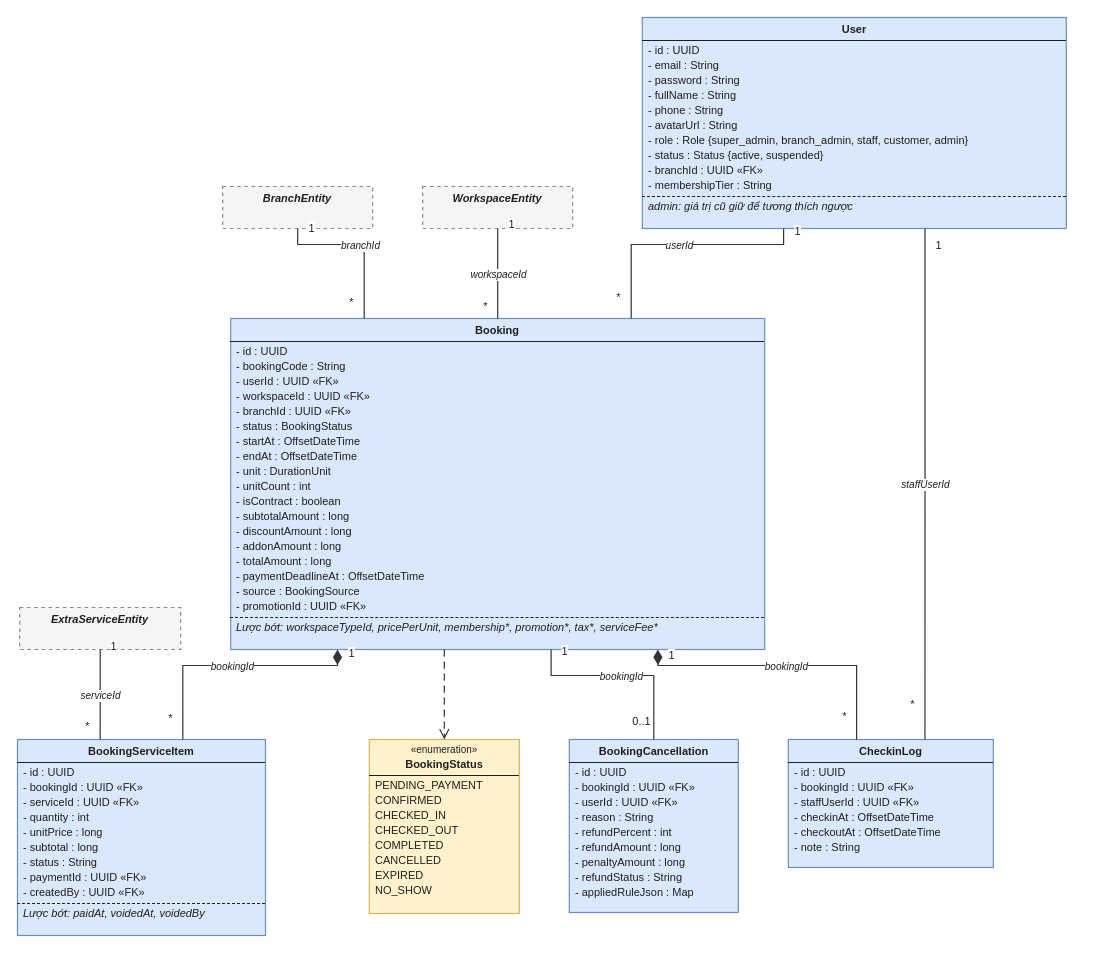
cospace-team/DATN_CoSpace keeps this draw.io diagram as page "Miền dữ liệu: đặt chỗ, check-in và hủy" (3 of 11) of report/Images/Chuong6/cospace-class.drawio. Above is the earlier version. Source tidied: cells renumbered, new cells numbered last; positions are measured from the earlier drawing's top-left corner, leaving out a move shared by most shapes. Both pictures are drawn from the tidied source at 100%, with x=0, y=0 at pixel (17, 17).
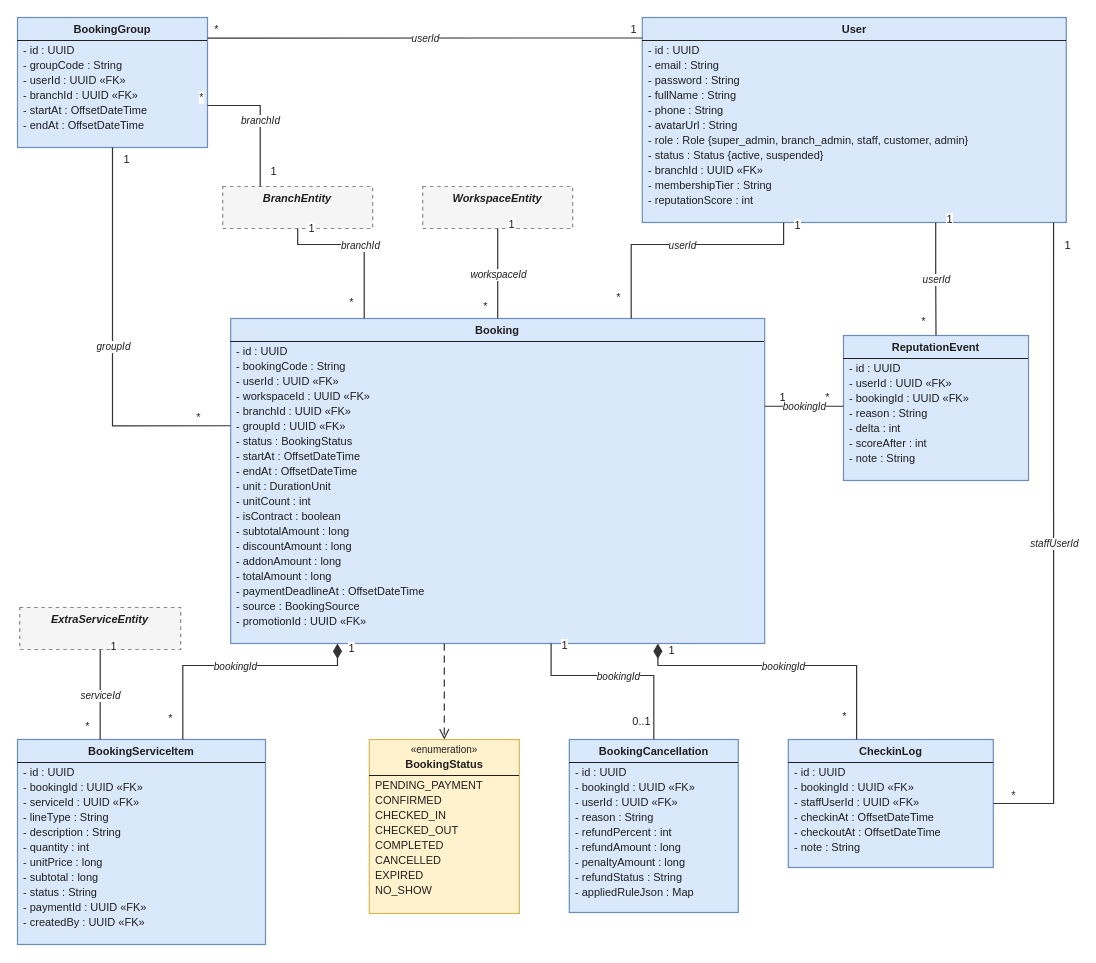
The same diagram, later.

The change refers to these unchanged cells:
```xml
<mxCell id="4" value="&lt;div style=&quot;text-align:center;line-height:16px;margin-top:4px;&quot;&gt;&lt;i&gt;&lt;b&gt;BranchEntity&lt;/b&gt;&lt;/i&gt;&lt;/div&gt;" style="html=1;whiteSpace=wrap;overflow=fill;verticalAlign=top;align=left;fontSize=11;fontColor=#1f1f1f;fillColor=#f5f5f5;strokeColor=#8a8a8a;strokeWidth=1.2;dashed=1;" parent="1" vertex="1">
  <mxGeometry x="205.2" y="169" width="150" height="42" as="geometry" />
</mxCell>
<mxCell id="8" value="&lt;div style=&quot;text-align:center;line-height:16px;margin-top:4px;&quot;&gt;&lt;b&gt;CheckinLog&lt;/b&gt;&lt;/div&gt;&lt;hr size=&quot;1&quot; style=&quot;border-style:solid;margin:3px 0 2px 0;&quot;/&gt;&lt;div style=&quot;text-align:left;line-height:15px;margin-left:6px;&quot;&gt;- id : UUID&lt;br&gt;- bookingId : UUID «FK»&lt;br&gt;- staffUserId : UUID «FK»&lt;br&gt;- checkinAt : OffsetDateTime&lt;br&gt;- checkoutAt : OffsetDateTime&lt;br&gt;- note : String&lt;/div&gt;" style="html=1;whiteSpace=wrap;overflow=fill;verticalAlign=top;align=left;fontSize=11;fontColor=#1f1f1f;fillColor=#dae8fc;strokeColor=#6c8ebf;strokeWidth=1.2;" parent="1" vertex="1">
  <mxGeometry x="770.8" y="722" width="205" height="128" as="geometry" />
</mxCell>
<mxCell id="18" style="rounded=0;html=1;strokeColor=#333333;strokeWidth=1.2;jettySize=auto;endArrow=none;startArrow=none;exitX=0.6;exitY=1;entryX=0.5;entryY=0;edgeStyle=orthogonalEdgeStyle;" parent="1" edge="1" source="6" target="9">
  <mxGeometry relative="1" as="geometry">
    <Array as="points">
      <mxPoint x="533.6" y="658" />
      <mxPoint x="636.3" y="658" />
    </Array>
  </mxGeometry>
</mxCell>
```

Diff of the diagram source:
```diff
@@
-    <mxCell id="2" value="&lt;div style=&quot;text-align:center;line-height:16px;margin-top:4px;&quot;&gt;&lt;b&gt;User&lt;/b&gt;&lt;/div&gt;&lt;hr size=&quot;1&quot; style=&quot;border-style:solid;margin:3px 0 2px 0;&quot;/&gt;&lt;div style=&quot;text-align:left;line-height:15px;margin-left:6px;&quot;&gt;- id : UUID&lt;br&gt;- email : String&lt;br&gt;- password : String&lt;br&gt;- fullName : String&lt;br&gt;- phone : String&lt;br&gt;- avatarUrl : String&lt;br&gt;- role : Role {super_admin, branch_admin, staff, customer, admin}&lt;br&gt;- status : Status {active, suspended}&lt;br&gt;- branchId : UUID «FK»&lt;br&gt;- membershipTier : String&lt;/div&gt;&lt;hr size=&quot;1&quot; style=&quot;border-style:dashed;margin:3px 0 2px 0;&quot;/&gt;&lt;div style=&quot;text-align:left;line-height:15px;margin-left:6px;font-style:italic;&quot;&gt;admin: giá trị cũ giữ để tương thích ngược&lt;/div&gt;" style="html=1;whiteSpace=wrap;overflow=fill;verticalAlign=top;align=left;fontSize=11;fontColor=#1f1f1f;fillColor=#dae8fc;strokeColor=#6c8ebf;strokeWidth=1.2;" parent="1" vertex="1">
-      <mxGeometry x="624.8" width="424" height="211" as="geometry" />
+    <mxCell id="2" value="&lt;div style=&quot;text-align:center;line-height:16px;margin-top:4px;&quot;&gt;&lt;b&gt;User&lt;/b&gt;&lt;/div&gt;&lt;hr size=&quot;1&quot; style=&quot;border-style:solid;margin:3px 0 2px 0;&quot;/&gt;&lt;div style=&quot;text-align:left;line-height:15px;margin-left:6px;&quot;&gt;- id : UUID&lt;br&gt;- email : String&lt;br&gt;- password : String&lt;br&gt;- fullName : String&lt;br&gt;- phone : String&lt;br&gt;- avatarUrl : String&lt;br&gt;- role : Role {super_admin, branch_admin, staff, customer, admin}&lt;br&gt;- status : Status {active, suspended}&lt;br&gt;- branchId : UUID «FK»&lt;br&gt;- membershipTier : String&lt;br&gt;- reputationScore : int&lt;/div&gt;" style="html=1;whiteSpace=wrap;overflow=fill;verticalAlign=top;align=left;fontSize=11;fontColor=#1f1f1f;fillColor=#dae8fc;strokeColor=#6c8ebf;strokeWidth=1.2;" parent="1" vertex="1">
+      <mxGeometry x="624.8" width="424" height="205" as="geometry" />
     </mxCell>
@@
-    <mxCell id="6" value="&lt;div style=&quot;text-align:center;line-height:16px;margin-top:4px;&quot;&gt;&lt;b&gt;Booking&lt;/b&gt;&lt;/div&gt;&lt;hr size=&quot;1&quot; style=&quot;border-style:solid;margin:3px 0 2px 0;&quot;/&gt;&lt;div style=&quot;text-align:left;line-height:15px;margin-left:6px;&quot;&gt;- id : UUID&lt;br&gt;- bookingCode : String&lt;br&gt;- userId : UUID «FK»&lt;br&gt;- workspaceId : UUID «FK»&lt;br&gt;- branchId : UUID «FK»&lt;br&gt;- status : BookingStatus&lt;br&gt;- startAt : OffsetDateTime&lt;br&gt;- endAt : OffsetDateTime&lt;br&gt;- unit : DurationUnit&lt;br&gt;- unitCount : int&lt;br&gt;- isContract : boolean&lt;br&gt;- subtotalAmount : long&lt;br&gt;- discountAmount : long&lt;br&gt;- addonAmount : long&lt;br&gt;- totalAmount : long&lt;br&gt;- paymentDeadlineAt : OffsetDateTime&lt;br&gt;- source : BookingSource&lt;br&gt;- promotionId : UUID «FK»&lt;/div&gt;&lt;hr size=&quot;1&quot; style=&quot;border-style:dashed;margin:3px 0 2px 0;&quot;/&gt;&lt;div style=&quot;text-align:left;line-height:15px;margin-left:6px;font-style:italic;&quot;&gt;Lược bớt: workspaceTypeId, pricePerUnit, membership*, promotion*, tax*, serviceFee*&lt;/div&gt;" style="html=1;whiteSpace=wrap;overflow=fill;verticalAlign=top;align=left;fontSize=11;fontColor=#1f1f1f;fillColor=#dae8fc;strokeColor=#6c8ebf;strokeWidth=1.2;" parent="1" vertex="1">
-      <mxGeometry x="213.2" y="301" width="534" height="331" as="geometry" />
+    <mxCell id="6" value="&lt;div style=&quot;text-align:center;line-height:16px;margin-top:4px;&quot;&gt;&lt;b&gt;Booking&lt;/b&gt;&lt;/div&gt;&lt;hr size=&quot;1&quot; style=&quot;border-style:solid;margin:3px 0 2px 0;&quot;/&gt;&lt;div style=&quot;text-align:left;line-height:15px;margin-left:6px;&quot;&gt;- id : UUID&lt;br&gt;- bookingCode : String&lt;br&gt;- userId : UUID «FK»&lt;br&gt;- workspaceId : UUID «FK»&lt;br&gt;- branchId : UUID «FK»&lt;br&gt;- groupId : UUID «FK»&lt;br&gt;- status : BookingStatus&lt;br&gt;- startAt : OffsetDateTime&lt;br&gt;- endAt : OffsetDateTime&lt;br&gt;- unit : DurationUnit&lt;br&gt;- unitCount : int&lt;br&gt;- isContract : boolean&lt;br&gt;- subtotalAmount : long&lt;br&gt;- discountAmount : long&lt;br&gt;- addonAmount : long&lt;br&gt;- totalAmount : long&lt;br&gt;- paymentDeadlineAt : OffsetDateTime&lt;br&gt;- source : BookingSource&lt;br&gt;- promotionId : UUID «FK»&lt;/div&gt;" style="html=1;whiteSpace=wrap;overflow=fill;verticalAlign=top;align=left;fontSize=11;fontColor=#1f1f1f;fillColor=#dae8fc;strokeColor=#6c8ebf;strokeWidth=1.2;" parent="1" vertex="1">
+      <mxGeometry x="213.2" y="301" width="534" height="325" as="geometry" />
     </mxCell>
-    <mxCell id="7" value="&lt;div style=&quot;text-align:center;line-height:16px;margin-top:4px;&quot;&gt;&lt;b&gt;BookingServiceItem&lt;/b&gt;&lt;/div&gt;&lt;hr size=&quot;1&quot; style=&quot;border-style:solid;margin:3px 0 2px 0;&quot;/&gt;&lt;div style=&quot;text-align:left;line-height:15px;margin-left:6px;&quot;&gt;- id : UUID&lt;br&gt;- bookingId : UUID «FK»&lt;br&gt;- serviceId : UUID «FK»&lt;br&gt;- quantity : int&lt;br&gt;- unitPrice : long&lt;br&gt;- subtotal : long&lt;br&gt;- status : String&lt;br&gt;- paymentId : UUID «FK»&lt;br&gt;- createdBy : UUID «FK»&lt;/div&gt;&lt;hr size=&quot;1&quot; style=&quot;border-style:dashed;margin:3px 0 2px 0;&quot;/&gt;&lt;div style=&quot;text-align:left;line-height:15px;margin-left:6px;font-style:italic;&quot;&gt;Lược bớt: paidAt, voidedAt, voidedBy&lt;/div&gt;" style="html=1;whiteSpace=wrap;overflow=fill;verticalAlign=top;align=left;fontSize=11;fontColor=#1f1f1f;fillColor=#dae8fc;strokeColor=#6c8ebf;strokeWidth=1.2;" parent="1" vertex="1">
-      <mxGeometry y="722" width="248" height="196" as="geometry" />
+    <mxCell id="7" value="&lt;div style=&quot;text-align:center;line-height:16px;margin-top:4px;&quot;&gt;&lt;b&gt;BookingServiceItem&lt;/b&gt;&lt;/div&gt;&lt;hr size=&quot;1&quot; style=&quot;border-style:solid;margin:3px 0 2px 0;&quot;/&gt;&lt;div style=&quot;text-align:left;line-height:15px;margin-left:6px;&quot;&gt;- id : UUID&lt;br&gt;- bookingId : UUID «FK»&lt;br&gt;- serviceId : UUID «FK»&lt;br&gt;- lineType : String&lt;br&gt;- description : String&lt;br&gt;- quantity : int&lt;br&gt;- unitPrice : long&lt;br&gt;- subtotal : long&lt;br&gt;- status : String&lt;br&gt;- paymentId : UUID «FK»&lt;br&gt;- createdBy : UUID «FK»&lt;/div&gt;" style="html=1;whiteSpace=wrap;overflow=fill;verticalAlign=top;align=left;fontSize=11;fontColor=#1f1f1f;fillColor=#dae8fc;strokeColor=#6c8ebf;strokeWidth=1.2;" parent="1" vertex="1">
+      <mxGeometry y="722" width="248" height="205" as="geometry" />
     </mxCell>
@@
-    <mxCell id="17" style="rounded=0;html=1;strokeColor=#333333;strokeWidth=1.2;jettySize=auto;endArrow=none;startArrow=none;exitX=0.6667;exitY=1;entryX=0.6666;entryY=0;edgeStyle=orthogonalEdgeStyle;" parent="1" edge="1" source="2" target="8">
-      <mxGeometry relative="1" as="geometry">
-        <Array as="points">
-          <mxPoint x="907.4" y="466.5" />
-        </Array>
-      </mxGeometry>
-    </mxCell>
@@
+    <mxCell id="41" value="1" style="edgeLabel;html=1;align=center;verticalAlign=middle;fontSize=11;labelBackgroundColor=#ffffff;fontColor=#1f1f1f;" parent="18" vertex="1">
+      <mxGeometry x="-0.9" relative="1" as="geometry">
+        <mxPoint x="13" y="-9" as="offset" />
+      </mxGeometry>
+    </mxCell>
+    <mxCell id="42" value="0..1" style="edgeLabel;html=1;align=center;verticalAlign=middle;fontSize=11;labelBackgroundColor=#ffffff;fontColor=#1f1f1f;" parent="18" vertex="1">
+      <mxGeometry x="0.9" relative="1" as="geometry">
+        <mxPoint x="-13" y="-9" as="offset" />
+      </mxGeometry>
+    </mxCell>
+    <mxCell id="43" value="bookingId" style="edgeLabel;html=1;align=center;verticalAlign=middle;fontSize=11;labelBackgroundColor=#ffffff;fontColor=#1f1f1f;fontStyle=2;fontSize=10;" parent="18" vertex="1">
+      <mxGeometry relative="1" as="geometry" />
+    </mxCell>
+    <mxCell id="44" value="&lt;div style=&quot;text-align:center;line-height:16px;margin-top:4px;&quot;&gt;&lt;b&gt;BookingGroup&lt;/b&gt;&lt;/div&gt;&lt;hr size=&quot;1&quot; style=&quot;border-style:solid;margin:3px 0 2px 0;&quot;/&gt;&lt;div style=&quot;text-align:left;line-height:15px;margin-left:6px;&quot;&gt;- id : UUID&lt;br&gt;- groupCode : String&lt;br&gt;- userId : UUID «FK»&lt;br&gt;- branchId : UUID «FK»&lt;br&gt;- startAt : OffsetDateTime&lt;br&gt;- endAt : OffsetDateTime&lt;/div&gt;" style="html=1;whiteSpace=wrap;overflow=fill;verticalAlign=top;align=left;fontSize=11;fontColor=#1f1f1f;fillColor=#dae8fc;strokeColor=#6c8ebf;strokeWidth=1.2;" parent="1" vertex="1">
+      <mxGeometry width="190" height="130" as="geometry" />
+    </mxCell>
+    <mxCell id="45" style="rounded=0;html=1;strokeColor=#333333;strokeWidth=1.2;jettySize=auto;edgeStyle=orthogonalEdgeStyle;endArrow=none;startArrow=none;exitX=0.5;exitY=1;exitDx=0;exitDy=0;entryX=0;entryY=0.33;entryDx=0;entryDy=0;" parent="1" edge="1" source="44" target="6">
+      <mxGeometry relative="1" as="geometry">
+        <Array as="points">
+          <mxPoint x="95" y="408" />
+        </Array>
+      </mxGeometry>
+    </mxCell>
+    <mxCell id="46" value="1" style="edgeLabel;html=1;align=center;verticalAlign=middle;fontSize=11;labelBackgroundColor=#ffffff;fontColor=#1f1f1f;" parent="45" vertex="1">
+      <mxGeometry x="-0.9" relative="1" as="geometry">
+        <mxPoint x="13" y="-9" as="offset" />
+      </mxGeometry>
+    </mxCell>
+    <mxCell id="47" value="*" style="edgeLabel;html=1;align=center;verticalAlign=middle;fontSize=11;labelBackgroundColor=#ffffff;fontColor=#1f1f1f;" parent="45" vertex="1">
+      <mxGeometry x="0.9" relative="1" as="geometry">
+        <mxPoint x="-13" y="-9" as="offset" />
+      </mxGeometry>
+    </mxCell>
+    <mxCell id="48" value="groupId" style="edgeLabel;html=1;align=center;verticalAlign=middle;fontSize=11;labelBackgroundColor=#ffffff;fontColor=#1f1f1f;fontStyle=2;fontSize=10;" parent="45" vertex="1">
+      <mxGeometry relative="1" as="geometry" />
+    </mxCell>
+    <mxCell id="49" style="rounded=0;html=1;strokeColor=#333333;strokeWidth=1.2;jettySize=auto;edgeStyle=orthogonalEdgeStyle;endArrow=none;startArrow=none;exitX=0;exitY=0.1;exitDx=0;exitDy=0;entryX=1;entryY=0.158;entryDx=0;entryDy=0;" parent="1" edge="1" source="2" target="44">
+      <mxGeometry relative="1" as="geometry" />
+    </mxCell>
+    <mxCell id="50" value="1" style="edgeLabel;html=1;align=center;verticalAlign=middle;fontSize=11;labelBackgroundColor=#ffffff;fontColor=#1f1f1f;" parent="49" vertex="1">
+      <mxGeometry x="-0.9" relative="1" as="geometry">
+        <mxPoint x="13" y="-9" as="offset" />
+      </mxGeometry>
+    </mxCell>
+    <mxCell id="51" value="*" style="edgeLabel;html=1;align=center;verticalAlign=middle;fontSize=11;labelBackgroundColor=#ffffff;fontColor=#1f1f1f;" parent="49" vertex="1">
+      <mxGeometry x="0.9" relative="1" as="geometry">
+        <mxPoint x="-13" y="-9" as="offset" />
+      </mxGeometry>
+    </mxCell>
+    <mxCell id="52" value="userId" style="edgeLabel;html=1;align=center;verticalAlign=middle;fontSize=11;labelBackgroundColor=#ffffff;fontColor=#1f1f1f;fontStyle=2;fontSize=10;" parent="49" vertex="1">
+      <mxGeometry relative="1" as="geometry" />
+    </mxCell>
+    <mxCell id="53" style="rounded=0;html=1;strokeColor=#333333;strokeWidth=1.2;jettySize=auto;edgeStyle=orthogonalEdgeStyle;endArrow=none;startArrow=none;exitX=0.25;exitY=0;exitDx=0;exitDy=0;entryX=1;entryY=0.677;entryDx=0;entryDy=0;" parent="1" edge="1" source="4" target="44">
+      <mxGeometry relative="1" as="geometry">
+        <Array as="points">
+          <mxPoint x="242.5" y="88" />
+        </Array>
+      </mxGeometry>
+    </mxCell>
+    <mxCell id="54" value="1" style="edgeLabel;html=1;align=center;verticalAlign=middle;fontSize=11;labelBackgroundColor=#ffffff;fontColor=#1f1f1f;" parent="53" vertex="1">
+      <mxGeometry x="-0.9" relative="1" as="geometry">
+        <mxPoint x="13" y="-9" as="offset" />
+      </mxGeometry>
+    </mxCell>
+    <mxCell id="55" value="*" style="edgeLabel;html=1;align=center;verticalAlign=middle;fontSize=11;labelBackgroundColor=#ffffff;fontColor=#1f1f1f;" parent="53" vertex="1">
+      <mxGeometry x="0.9" relative="1" as="geometry">
+        <mxPoint x="-13" y="-9" as="offset" />
+      </mxGeometry>
+    </mxCell>
+    <mxCell id="56" value="branchId" style="edgeLabel;html=1;align=center;verticalAlign=middle;fontSize=11;labelBackgroundColor=#ffffff;fontColor=#1f1f1f;fontStyle=2;fontSize=10;" parent="53" vertex="1">
+      <mxGeometry relative="1" as="geometry" />
+    </mxCell>
+    <mxCell id="57" value="&lt;div style=&quot;text-align:center;line-height:16px;margin-top:4px;&quot;&gt;&lt;b&gt;ReputationEvent&lt;/b&gt;&lt;/div&gt;&lt;hr size=&quot;1&quot; style=&quot;border-style:solid;margin:3px 0 2px 0;&quot;/&gt;&lt;div style=&quot;text-align:left;line-height:15px;margin-left:6px;&quot;&gt;- id : UUID&lt;br&gt;- userId : UUID «FK»&lt;br&gt;- bookingId : UUID «FK»&lt;br&gt;- reason : String&lt;br&gt;- delta : int&lt;br&gt;- scoreAfter : int&lt;br&gt;- note : String&lt;/div&gt;" style="html=1;whiteSpace=wrap;overflow=fill;verticalAlign=top;align=left;fontSize=11;fontColor=#1f1f1f;fillColor=#dae8fc;strokeColor=#6c8ebf;strokeWidth=1.2;" parent="1" vertex="1">
+      <mxGeometry x="826" y="318" width="185" height="145" as="geometry" />
+    </mxCell>
+    <mxCell id="58" style="rounded=0;html=1;strokeColor=#333333;strokeWidth=1.2;jettySize=auto;edgeStyle=orthogonalEdgeStyle;endArrow=none;startArrow=none;exitX=0.692;exitY=1;exitDx=0;exitDy=0;entryX=0.5;entryY=0;entryDx=0;entryDy=0;" parent="1" edge="1" source="2" target="57">
+      <mxGeometry relative="1" as="geometry" />
+    </mxCell>
+    <mxCell id="59" value="1" style="edgeLabel;html=1;align=center;verticalAlign=middle;fontSize=11;labelBackgroundColor=#ffffff;fontColor=#1f1f1f;" parent="58" vertex="1">
+      <mxGeometry x="-0.9" relative="1" as="geometry">
+        <mxPoint x="13" y="-9" as="offset" />
+      </mxGeometry>
+    </mxCell>
+    <mxCell id="60" value="*" style="edgeLabel;html=1;align=center;verticalAlign=middle;fontSize=11;labelBackgroundColor=#ffffff;fontColor=#1f1f1f;" parent="58" vertex="1">
+      <mxGeometry x="0.9" relative="1" as="geometry">
+        <mxPoint x="-13" y="-9" as="offset" />
+      </mxGeometry>
+    </mxCell>
+    <mxCell id="61" value="userId" style="edgeLabel;html=1;align=center;verticalAlign=middle;fontSize=11;labelBackgroundColor=#ffffff;fontColor=#1f1f1f;fontStyle=2;fontSize=10;" parent="58" vertex="1">
+      <mxGeometry relative="1" as="geometry" />
+    </mxCell>
+    <mxCell id="62" style="rounded=0;html=1;strokeColor=#333333;strokeWidth=1.2;jettySize=auto;edgeStyle=orthogonalEdgeStyle;endArrow=none;startArrow=none;exitX=1;exitY=0.27;exitDx=0;exitDy=0;entryX=0;entryY=0.488;entryDx=0;entryDy=0;" parent="1" edge="1" source="6" target="57">
+      <mxGeometry relative="1" as="geometry" />
+    </mxCell>
+    <mxCell id="63" value="1" style="edgeLabel;html=1;align=center;verticalAlign=middle;fontSize=11;labelBackgroundColor=#ffffff;fontColor=#1f1f1f;" parent="62" vertex="1">
+      <mxGeometry x="-0.9" relative="1" as="geometry">
+        <mxPoint x="13" y="-9" as="offset" />
+      </mxGeometry>
+    </mxCell>
+    <mxCell id="64" value="*" style="edgeLabel;html=1;align=center;verticalAlign=middle;fontSize=11;labelBackgroundColor=#ffffff;fontColor=#1f1f1f;" parent="62" vertex="1">
+      <mxGeometry x="0.9" relative="1" as="geometry">
+        <mxPoint x="-13" y="-9" as="offset" />
+      </mxGeometry>
+    </mxCell>
+    <mxCell id="65" value="bookingId" style="edgeLabel;html=1;align=center;verticalAlign=middle;fontSize=11;labelBackgroundColor=#ffffff;fontColor=#1f1f1f;fontStyle=2;fontSize=10;" parent="62" vertex="1">
+      <mxGeometry relative="1" as="geometry" />
+    </mxCell>
+    <mxCell id="17" style="rounded=0;html=1;strokeColor=#333333;strokeWidth=1.2;jettySize=auto;edgeStyle=orthogonalEdgeStyle;endArrow=none;startArrow=none;exitX=0.97;exitY=1;exitDx=0;exitDy=0;entryX=1;entryY=0.5;entryDx=0;entryDy=0;" parent="1" edge="1" source="2" target="8">
+      <mxGeometry relative="1" as="geometry">
+        <Array as="points">
+          <mxPoint x="1036.3" y="786" />
+        </Array>
+      </mxGeometry>
+    </mxCell>
@@
-    <mxCell id="41" value="1" style="edgeLabel;html=1;align=center;verticalAlign=middle;fontSize=11;labelBackgroundColor=#ffffff;fontColor=#1f1f1f;" parent="18" vertex="1">
-      <mxGeometry x="-0.9" relative="1" as="geometry">
-        <mxPoint x="13" y="-9" as="offset" />
-      </mxGeometry>
-    </mxCell>
-    <mxCell id="42" value="0..1" style="edgeLabel;html=1;align=center;verticalAlign=middle;fontSize=11;labelBackgroundColor=#ffffff;fontColor=#1f1f1f;" parent="18" vertex="1">
-      <mxGeometry x="0.9" relative="1" as="geometry">
-        <mxPoint x="-13" y="-9" as="offset" />
-      </mxGeometry>
-    </mxCell>
-    <mxCell id="43" value="bookingId" style="edgeLabel;html=1;align=center;verticalAlign=middle;fontSize=11;labelBackgroundColor=#ffffff;fontColor=#1f1f1f;fontStyle=2;fontSize=10;" parent="18" vertex="1">
-      <mxGeometry relative="1" as="geometry" />
-    </mxCell>
```
